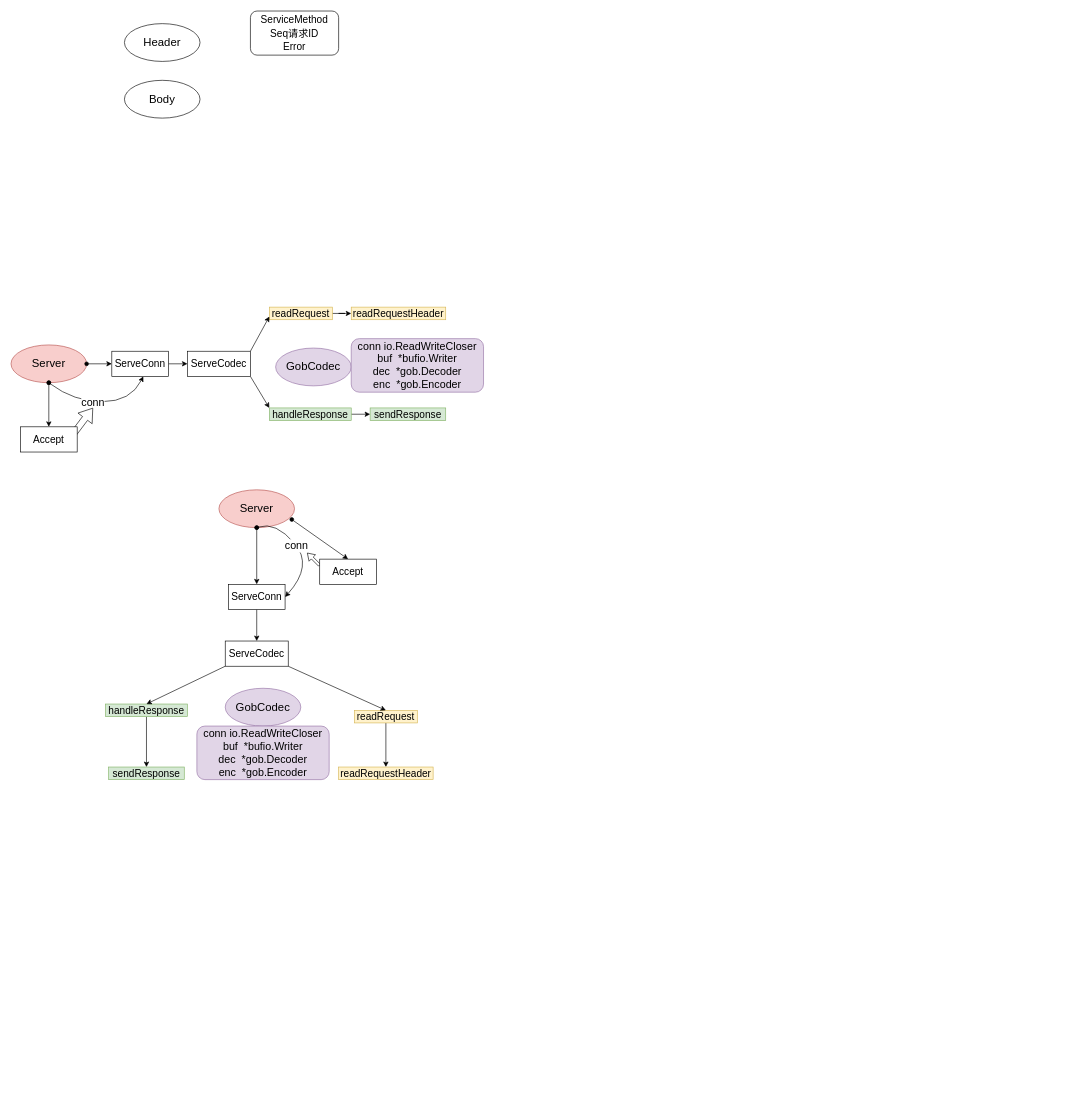
Earlier version of the draw.io diagram gee_RPC.drawio (TouyamaRie/My_pictures). Source tidied: cells renumbered, new cells numbered last; positions are measured from the earlier drawing's top-left corner, leaving out a move shared by most shapes. Both pictures are drawn from the tidied source at 63%, with x=0, y=0 at pixel (11, 11).
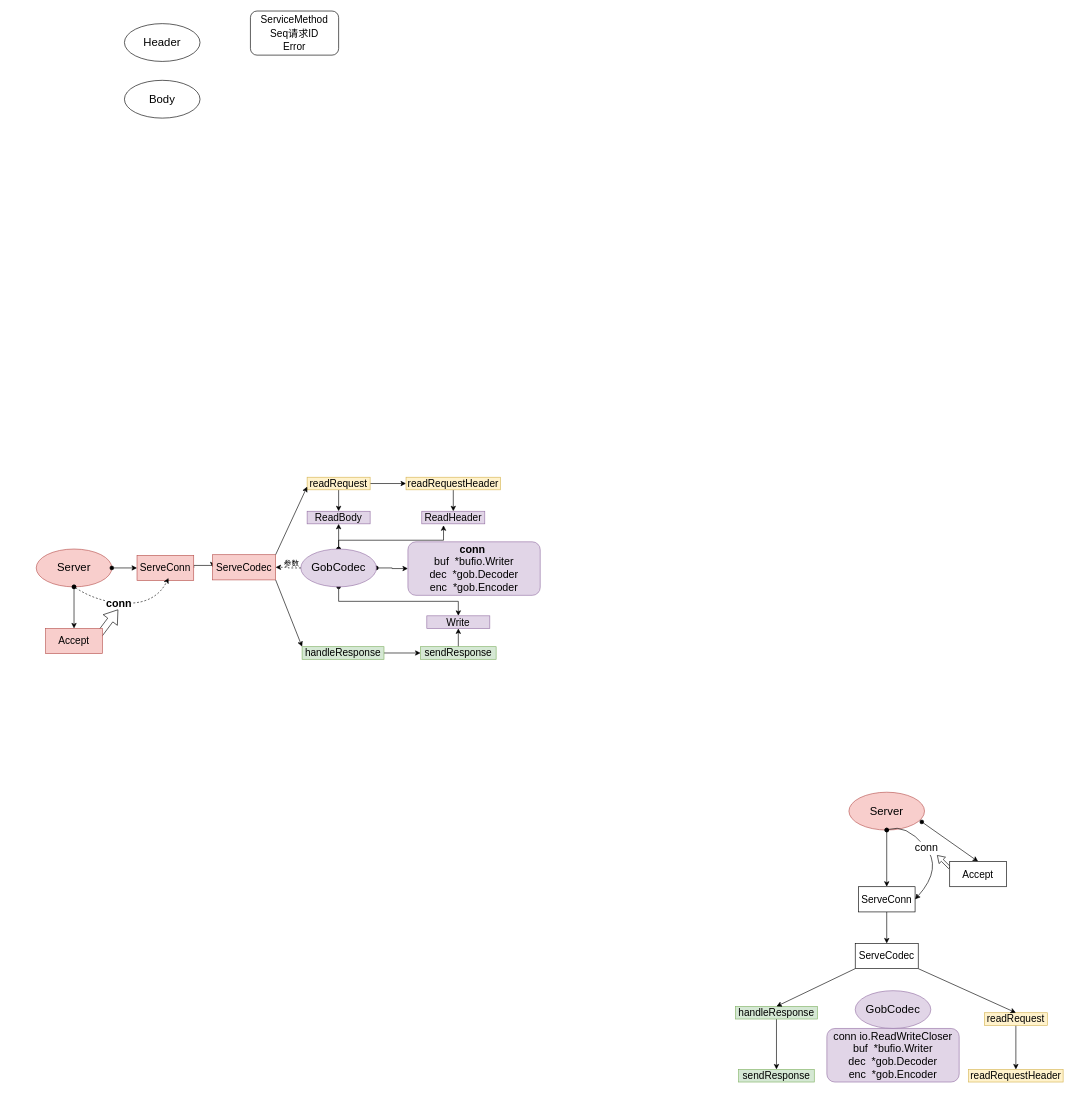
After the change.

The edit, as a diff of the source:
```diff
@@
+    <mxCell id="45" style="edgeStyle=orthogonalEdgeStyle;rounded=0;jettySize=auto;html=1;exitX=1;exitY=0.5;exitDx=0;exitDy=0;entryX=0;entryY=0.5;entryDx=0;entryDy=0;startArrow=oval;startFill=1;" parent="1" edge="1" source="3" target="6">
+      <mxGeometry relative="1" as="geometry" />
+    </mxCell>
+    <mxCell id="46" style="edgeStyle=orthogonalEdgeStyle;rounded=0;jettySize=auto;html=1;exitX=0.5;exitY=1;exitDx=0;exitDy=0;startArrow=oval;startFill=1;" parent="1" edge="1" source="3" target="55">
+      <mxGeometry relative="1" as="geometry" />
+    </mxCell>
+    <mxCell id="47" style="edgeStyle=orthogonalEdgeStyle;rounded=0;jettySize=auto;html=1;exitX=0.5;exitY=0;exitDx=0;exitDy=0;entryX=0.5;entryY=1;entryDx=0;entryDy=0;startArrow=oval;startFill=1;" parent="1" edge="1" source="3" target="53">
+      <mxGeometry relative="1" as="geometry" />
+    </mxCell>
+    <mxCell id="48" style="edgeStyle=orthogonalEdgeStyle;rounded=0;jettySize=auto;html=1;exitX=0.5;exitY=0;exitDx=0;exitDy=0;entryX=0.345;entryY=1.115;entryDx=0;entryDy=0;entryPerimeter=0;startArrow=oval;startFill=1;" parent="1" edge="1" source="3" target="54">
+      <mxGeometry relative="1" as="geometry">
+        <Array as="points">
+          <mxPoint x="520" y="840" />
+          <mxPoint x="686" y="840" />
+        </Array>
+      </mxGeometry>
+    </mxCell>
     <mxCell id="3" value="&lt;font style=&quot;font-size: 18px;&quot;&gt;GobCodec&lt;br&gt;&lt;/font&gt;" style="ellipse;whiteSpace=wrap;html=1;fillColor=#e1d5e7;strokeColor=#9673a6;" parent="1" vertex="1">
-      <mxGeometry x="420" y="535" width="120" height="60" as="geometry" />
+      <mxGeometry x="460" y="854" width="120" height="60" as="geometry" />
     </mxCell>
@@
-    <mxCell id="6" value="&lt;div style=&quot;font-size: 17px;&quot;&gt; &lt;font style=&quot;font-size: 17px;&quot;&gt;conn io.ReadWriteCloser&lt;/font&gt;&lt;/div&gt;&lt;div style=&quot;font-size: 17px;&quot;&gt;&lt;font style=&quot;font-size: 17px;&quot;&gt;&lt;span style=&quot;&quot;&gt; &lt;/span&gt;buf&amp;nbsp; *bufio.Writer&lt;/font&gt;&lt;/div&gt;&lt;div style=&quot;font-size: 17px;&quot;&gt;&lt;font style=&quot;font-size: 17px;&quot;&gt;&lt;span style=&quot;&quot;&gt; &lt;/span&gt;dec&amp;nbsp; *gob.Decoder&lt;/font&gt;&lt;/div&gt;&lt;div style=&quot;font-size: 17px;&quot;&gt; &lt;font style=&quot;font-size: 17px;&quot;&gt;enc&amp;nbsp; *gob.Encoder&lt;/font&gt;&lt;/div&gt;" style="rounded=1;whiteSpace=wrap;html=1;fontSize=18;fillColor=#e1d5e7;strokeColor=#9673a6;" parent="1" vertex="1">
-      <mxGeometry x="540" y="520" width="210" height="85" as="geometry" />
+    <mxCell id="6" value="&lt;div style=&quot;font-size: 17px;&quot;&gt; &lt;font style=&quot;font-size: 17px;&quot;&gt;&lt;b&gt;conn&lt;/b&gt;&amp;nbsp;&lt;/font&gt;&lt;/div&gt;&lt;div style=&quot;font-size: 17px;&quot;&gt;&lt;font style=&quot;font-size: 17px;&quot;&gt;&lt;span style=&quot;&quot;&gt; &lt;/span&gt;buf&amp;nbsp; *bufio.Writer&lt;/font&gt;&lt;/div&gt;&lt;div style=&quot;font-size: 17px;&quot;&gt;&lt;font style=&quot;font-size: 17px;&quot;&gt;&lt;span style=&quot;&quot;&gt; &lt;/span&gt;dec&amp;nbsp; *gob.Decoder&lt;/font&gt;&lt;/div&gt;&lt;div style=&quot;font-size: 17px;&quot;&gt; &lt;font style=&quot;font-size: 17px;&quot;&gt;enc&amp;nbsp; *gob.Encoder&lt;/font&gt;&lt;/div&gt;" style="rounded=1;whiteSpace=wrap;html=1;fontSize=18;fillColor=#e1d5e7;strokeColor=#9673a6;" parent="1" vertex="1">
+      <mxGeometry x="630" y="842.5" width="210" height="85" as="geometry" />
     </mxCell>
     <mxCell id="7" value="Server" style="ellipse;whiteSpace=wrap;html=1;fontSize=18;fillColor=#f8cecc;strokeColor=#b85450;" parent="1" vertex="1">
-      <mxGeometry y="530" width="120" height="60" as="geometry" />
+      <mxGeometry x="40" y="854" width="120" height="60" as="geometry" />
     </mxCell>
@@
     <mxCell id="9" style="edgeStyle=orthogonalEdgeStyle;rounded=0;jettySize=auto;html=1;exitX=1;exitY=0.5;exitDx=0;exitDy=0;entryX=0;entryY=0.5;entryDx=0;entryDy=0;fontSize=16;startArrow=none;startFill=0;" parent="1" edge="1" source="10" target="11">
-      <mxGeometry relative="1" as="geometry" />
+      <mxGeometry relative="1" as="geometry">
+        <Array as="points">
+          <mxPoint x="320" y="880" />
+        </Array>
+      </mxGeometry>
     </mxCell>
-    <mxCell id="10" value="ServeConn" style="whiteSpace=wrap;html=1;fontSize=16;" parent="1" vertex="1">
-      <mxGeometry x="160" y="540" width="90" height="40" as="geometry" />
+    <mxCell id="10" value="ServeConn" style="whiteSpace=wrap;html=1;fontSize=16;fillColor=#f8cecc;strokeColor=#b85450;" parent="1" vertex="1">
+      <mxGeometry x="200" y="864" width="90" height="40" as="geometry" />
     </mxCell>
+    <mxCell id="49" style="edgeStyle=orthogonalEdgeStyle;rounded=0;jettySize=auto;html=1;exitX=0;exitY=0.5;exitDx=0;exitDy=0;fontColor=#009900;startArrow=none;startFill=0;dashed=1;entryX=1;entryY=0.5;entryDx=0;entryDy=0;" parent="1" edge="1" source="3" target="11">
+      <mxGeometry relative="1" as="geometry" />
+    </mxCell>
-    <mxCell id="11" value="ServeCodec" style="whiteSpace=wrap;html=1;fontSize=16;" parent="1" vertex="1">
-      <mxGeometry x="280" y="540" width="100" height="40" as="geometry" />
+    <mxCell id="11" value="ServeCodec" style="whiteSpace=wrap;html=1;fontSize=16;fillColor=#f8cecc;strokeColor=#b85450;" parent="1" vertex="1">
+      <mxGeometry x="320" y="863" width="100" height="40" as="geometry" />
     </mxCell>
@@
+    <mxCell id="50" style="edgeStyle=orthogonalEdgeStyle;rounded=0;jettySize=auto;html=1;exitX=0.5;exitY=1;exitDx=0;exitDy=0;entryX=0.5;entryY=0;entryDx=0;entryDy=0;startArrow=none;startFill=0;" parent="1" edge="1" source="13" target="53">
+      <mxGeometry relative="1" as="geometry" />
+    </mxCell>
     <mxCell id="13" value="readRequest" style="whiteSpace=wrap;html=1;fontSize=16;fillColor=#fff2cc;strokeColor=#d6b656;" parent="1" vertex="1">
-      <mxGeometry x="410" y="470" width="100" height="20" as="geometry" />
+      <mxGeometry x="470" y="740" width="100" height="20" as="geometry" />
     </mxCell>
+    <mxCell id="51" style="edgeStyle=orthogonalEdgeStyle;rounded=0;jettySize=auto;html=1;exitX=0.5;exitY=0;exitDx=0;exitDy=0;entryX=0.5;entryY=1;entryDx=0;entryDy=0;startArrow=none;startFill=0;" parent="1" edge="1" source="14" target="55">
+      <mxGeometry relative="1" as="geometry" />
+    </mxCell>
     <mxCell id="14" value="sendResponse" style="whiteSpace=wrap;html=1;fontSize=16;fillColor=#d5e8d4;strokeColor=#82b366;" parent="1" vertex="1">
-      <mxGeometry x="570" y="630" width="120" height="20" as="geometry" />
+      <mxGeometry x="650" y="1009" width="120" height="20" as="geometry" />
     </mxCell>
@@
     <mxCell id="16" value="handleResponse" style="whiteSpace=wrap;html=1;fontSize=16;fillColor=#d5e8d4;strokeColor=#82b366;" parent="1" vertex="1">
-      <mxGeometry x="410" y="630" width="130" height="20" as="geometry" />
+      <mxGeometry x="462" y="1009" width="130" height="20" as="geometry" />
     </mxCell>
+    <mxCell id="52" style="edgeStyle=orthogonalEdgeStyle;rounded=0;jettySize=auto;html=1;exitX=0.5;exitY=1;exitDx=0;exitDy=0;entryX=0.5;entryY=0;entryDx=0;entryDy=0;startArrow=none;startFill=0;" parent="1" edge="1" source="17" target="54">
+      <mxGeometry relative="1" as="geometry" />
+    </mxCell>
     <mxCell id="17" value="readRequestHeader" style="whiteSpace=wrap;html=1;fontSize=16;fillColor=#fff2cc;strokeColor=#d6b656;" parent="1" vertex="1">
-      <mxGeometry x="540" y="470" width="150" height="20" as="geometry" />
+      <mxGeometry x="627" y="740" width="150" height="20" as="geometry" />
     </mxCell>
@@
-    <mxCell id="20" style="curved=1;endArrow=classic;html=1;rounded=0;fontSize=17;exitX=0.5;exitY=1;exitDx=0;exitDy=0;startArrow=oval;startFill=1;" parent="1" edge="1" source="7">
+    <mxCell id="20" style="curved=1;endArrow=classic;html=1;rounded=0;fontSize=17;exitX=0.5;exitY=1;exitDx=0;exitDy=0;startArrow=oval;startFill=1;dashed=1;" parent="1" edge="1" source="7">
       <mxGeometry relative="1" as="geometry">
-        <mxPoint x="210" y="580" as="targetPoint" />
+        <mxPoint x="250" y="900" as="targetPoint" />
         <Array as="points">
-          <mxPoint x="100" y="620" />
-          <mxPoint x="190" y="620" />
+          <mxPoint x="140" y="940" />
+          <mxPoint x="230" y="940" />
         </Array>
       </mxGeometry>
     </mxCell>
-    <mxCell id="21" value="conn" style="edgeLabel;html=1;align=center;verticalAlign=middle;fontSize=17;" parent="20" vertex="1">
+    <mxCell id="21" value="conn" style="edgeLabel;html=1;align=center;verticalAlign=middle;fontSize=17;fontStyle=1;" parent="20" vertex="1">
       <mxGeometry x="-0.14" y="-1" relative="1" as="geometry" />
     </mxCell>
@@
     <mxCell id="23" style="shape=flexArrow;endArrow=classic;html=1;rounded=0;fontSize=17;endWidth=17.142857142857142;endSize=6.428571428571429;" parent="1" edge="1">
       <mxGeometry relative="1" as="geometry">
-        <mxPoint x="100" y="670" as="sourcePoint" />
-        <mxPoint x="130" y="630" as="targetPoint" />
+        <mxPoint x="140" y="990" as="sourcePoint" />
+        <mxPoint x="170" y="950" as="targetPoint" />
       </mxGeometry>
     </mxCell>
-    <mxCell id="24" value="Accept" style="whiteSpace=wrap;html=1;fontSize=16;" parent="1" vertex="1">
-      <mxGeometry x="15" y="660" width="90" height="40" as="geometry" />
+    <mxCell id="24" value="Accept" style="whiteSpace=wrap;html=1;fontSize=16;fillColor=#f8cecc;strokeColor=#b85450;" parent="1" vertex="1">
+      <mxGeometry x="55" y="980" width="90" height="40" as="geometry" />
     </mxCell>
     <mxCell id="25" value="&lt;font style=&quot;font-size: 18px;&quot;&gt;GobCodec&lt;br&gt;&lt;/font&gt;" style="ellipse;whiteSpace=wrap;html=1;fillColor=#e1d5e7;strokeColor=#9673a6;" parent="1" vertex="1">
-      <mxGeometry x="340" y="1075" width="120" height="60" as="geometry" />
+      <mxGeometry x="1340" y="1555" width="120" height="60" as="geometry" />
     </mxCell>
     <mxCell id="26" value="&lt;div style=&quot;font-size: 17px;&quot;&gt; &lt;font style=&quot;font-size: 17px;&quot;&gt;conn io.ReadWriteCloser&lt;/font&gt;&lt;/div&gt;&lt;div style=&quot;font-size: 17px;&quot;&gt;&lt;font style=&quot;font-size: 17px;&quot;&gt;&lt;span style=&quot;&quot;&gt; &lt;/span&gt;buf&amp;nbsp; *bufio.Writer&lt;/font&gt;&lt;/div&gt;&lt;div style=&quot;font-size: 17px;&quot;&gt;&lt;font style=&quot;font-size: 17px;&quot;&gt;&lt;span style=&quot;&quot;&gt; &lt;/span&gt;dec&amp;nbsp; *gob.Decoder&lt;/font&gt;&lt;/div&gt;&lt;div style=&quot;font-size: 17px;&quot;&gt; &lt;font style=&quot;font-size: 17px;&quot;&gt;enc&amp;nbsp; *gob.Encoder&lt;/font&gt;&lt;/div&gt;" style="rounded=1;whiteSpace=wrap;html=1;fontSize=18;fillColor=#e1d5e7;strokeColor=#9673a6;" parent="1" vertex="1">
-      <mxGeometry x="295" y="1135" width="210" height="85" as="geometry" />
+      <mxGeometry x="1295" y="1615" width="210" height="85" as="geometry" />
     </mxCell>
     <mxCell id="27" value="Server" style="ellipse;whiteSpace=wrap;html=1;fontSize=18;fillColor=#f8cecc;strokeColor=#b85450;" parent="1" vertex="1">
-      <mxGeometry x="330" y="760" width="120" height="60" as="geometry" />
+      <mxGeometry x="1330" y="1240" width="120" height="60" as="geometry" />
     </mxCell>
     <mxCell id="28" style="endArrow=classic;html=1;rounded=0;fontSize=16;startArrow=oval;startFill=1;entryX=0.5;entryY=0;entryDx=0;entryDy=0;" parent="1" edge="1" target="30">
       <mxGeometry relative="1" as="geometry">
-        <mxPoint x="390" y="820" as="sourcePoint" />
+        <mxPoint x="1390" y="1300" as="sourcePoint" />
       </mxGeometry>
     </mxCell>
@@
     <mxCell id="30" value="ServeConn" style="whiteSpace=wrap;html=1;fontSize=16;" parent="1" vertex="1">
-      <mxGeometry x="345" y="910" width="90" height="40" as="geometry" />
+      <mxGeometry x="1345" y="1390" width="90" height="40" as="geometry" />
     </mxCell>
     <mxCell id="31" value="ServeCodec" style="whiteSpace=wrap;html=1;fontSize=16;" parent="1" vertex="1">
-      <mxGeometry x="340" y="1000" width="100" height="40" as="geometry" />
+      <mxGeometry x="1340" y="1480" width="100" height="40" as="geometry" />
     </mxCell>
@@
     <mxCell id="33" value="readRequest" style="whiteSpace=wrap;html=1;fontSize=16;fillColor=#fff2cc;strokeColor=#d6b656;" parent="1" vertex="1">
-      <mxGeometry x="545" y="1110" width="100" height="20" as="geometry" />
+      <mxGeometry x="1545" y="1590" width="100" height="20" as="geometry" />
     </mxCell>
     <mxCell id="34" value="sendResponse" style="whiteSpace=wrap;html=1;fontSize=16;fillColor=#d5e8d4;strokeColor=#82b366;" parent="1" vertex="1">
-      <mxGeometry x="155" y="1200" width="120" height="20" as="geometry" />
+      <mxGeometry x="1155" y="1680" width="120" height="20" as="geometry" />
     </mxCell>
@@
     <mxCell id="36" value="handleResponse" style="whiteSpace=wrap;html=1;fontSize=16;fillColor=#d5e8d4;strokeColor=#82b366;" parent="1" vertex="1">
-      <mxGeometry x="150" y="1100" width="130" height="20" as="geometry" />
+      <mxGeometry x="1150" y="1580" width="130" height="20" as="geometry" />
     </mxCell>
     <mxCell id="37" value="readRequestHeader" style="whiteSpace=wrap;html=1;fontSize=16;fillColor=#fff2cc;strokeColor=#d6b656;" parent="1" vertex="1">
-      <mxGeometry x="520" y="1200" width="150" height="20" as="geometry" />
+      <mxGeometry x="1520" y="1680" width="150" height="20" as="geometry" />
     </mxCell>
@@
     <mxCell id="40" style="curved=1;endArrow=classic;html=1;rounded=0;fontSize=17;exitX=0.5;exitY=1;exitDx=0;exitDy=0;startArrow=oval;startFill=1;entryX=1;entryY=0.5;entryDx=0;entryDy=0;" parent="1" edge="1" source="27" target="30">
       <mxGeometry relative="1" as="geometry">
         <Array as="points">
-          <mxPoint x="420" y="810" />
-          <mxPoint x="480" y="880" />
+          <mxPoint x="1420" y="1290" />
+          <mxPoint x="1480" y="1360" />
         </Array>
       </mxGeometry>
     </mxCell>
@@
     <mxCell id="43" style="shape=flexArrow;endArrow=classic;html=1;rounded=0;fontSize=17;endWidth=9.252077562326871;endSize=3.3578947368421055;width=4.2105263157894735;" parent="1" edge="1">
       <mxGeometry relative="1" as="geometry">
-        <mxPoint x="490" y="880" as="sourcePoint" />
-        <mxPoint x="470" y="860" as="targetPoint" />
+        <mxPoint x="1490" y="1360" as="sourcePoint" />
+        <mxPoint x="1470" y="1340" as="targetPoint" />
       </mxGeometry>
     </mxCell>
     <mxCell id="44" value="Accept" style="whiteSpace=wrap;html=1;fontSize=16;" parent="1" vertex="1">
-      <mxGeometry x="490" y="870" width="90" height="40" as="geometry" />
+      <mxGeometry x="1490" y="1350" width="90" height="40" as="geometry" />
     </mxCell>
+    <mxCell id="53" value="ReadBody" style="whiteSpace=wrap;html=1;fontSize=16;fillColor=#e1d5e7;strokeColor=#9673a6;" parent="1" vertex="1">
+      <mxGeometry x="470" y="794" width="100" height="20" as="geometry" />
+    </mxCell>
+    <mxCell id="54" value="ReadHeader" style="whiteSpace=wrap;html=1;fontSize=16;fillColor=#e1d5e7;strokeColor=#9673a6;" parent="1" vertex="1">
+      <mxGeometry x="652" y="794" width="100" height="20" as="geometry" />
+    </mxCell>
+    <mxCell id="55" value="Write" style="whiteSpace=wrap;html=1;fontSize=16;fillColor=#e1d5e7;strokeColor=#9673a6;" parent="1" vertex="1">
+      <mxGeometry x="660" y="960" width="100" height="20" as="geometry" />
+    </mxCell>
+    <mxCell id="56" value="&lt;font color=&quot;#000000&quot;&gt;参数&lt;/font&gt;" style="text;html=1;align=center;verticalAlign=middle;strokeColor=none;fillColor=none;fontColor=#009900;" parent="1" vertex="1">
+      <mxGeometry x="420" y="862" width="50" height="30" as="geometry" />
+    </mxCell>
```
